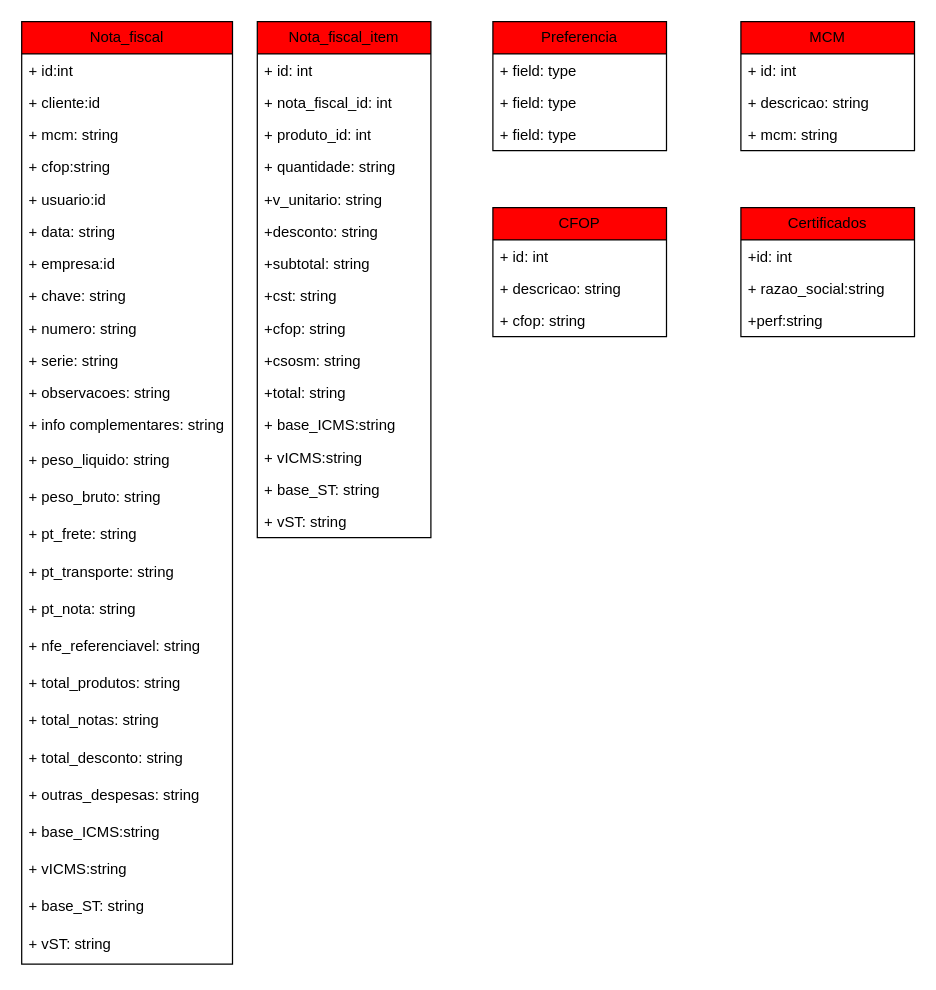
FSOFTSistemas/lago_sao_francisco keeps this draw.io diagram as page "Fiscal" (4 of 4) of Tabelas.drawio. Above is the earlier version. Source tidied: cells renumbered, new cells numbered last; positions are measured from the earlier drawing's top-left corner, leaving out a move shared by most shapes. Both pictures are drawn from the tidied source at 124%, with x=0, y=0 at pixel (21, 21).
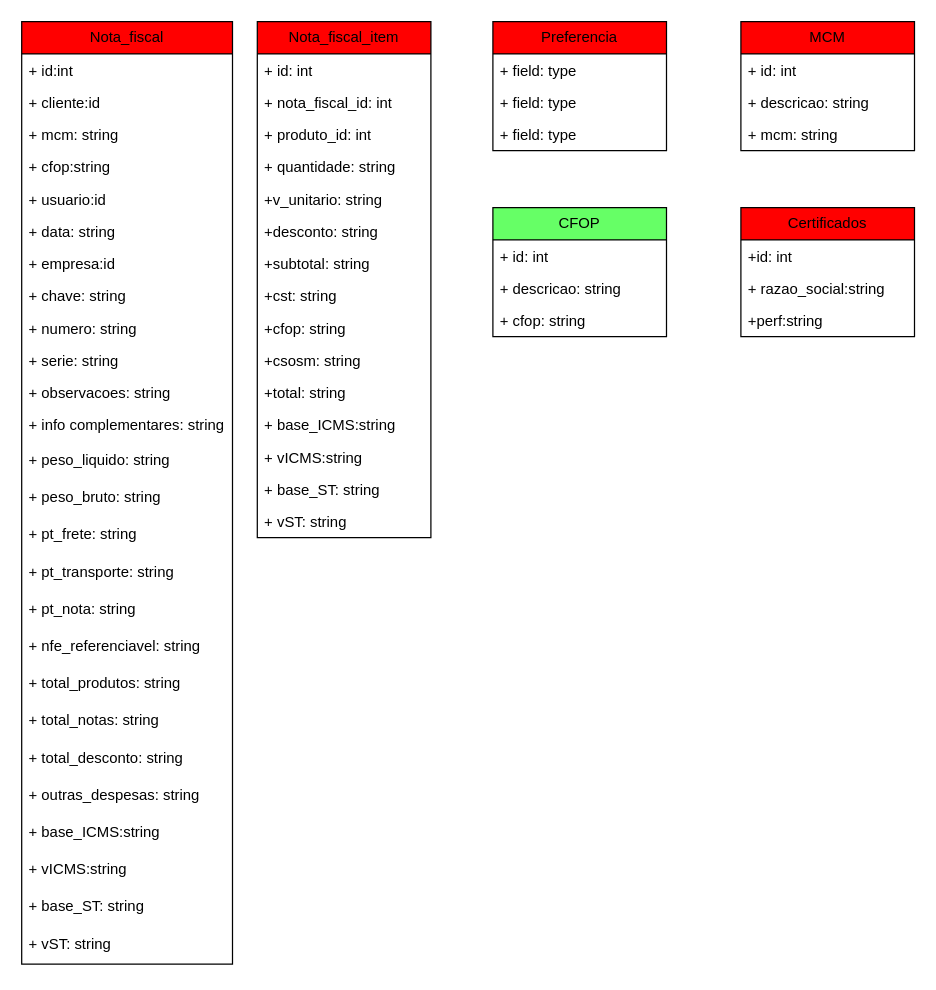
The same page after the edit.

Diff of the diagram source:
```diff
@@
-    <mxCell id="10" value="CFOP" style="swimlane;fontStyle=0;horizontal=1;startSize=26;fillColor=#FF0000;whiteSpace=wrap;html=1;" parent="1" vertex="1">
+    <mxCell id="10" value="CFOP" style="swimlane;fontStyle=0;horizontal=1;startSize=26;fillColor=#66FF66;whiteSpace=wrap;html=1;" parent="1" vertex="1">
       <mxGeometry x="380" y="150" width="140" height="104" as="geometry" />
     </mxCell>
```
